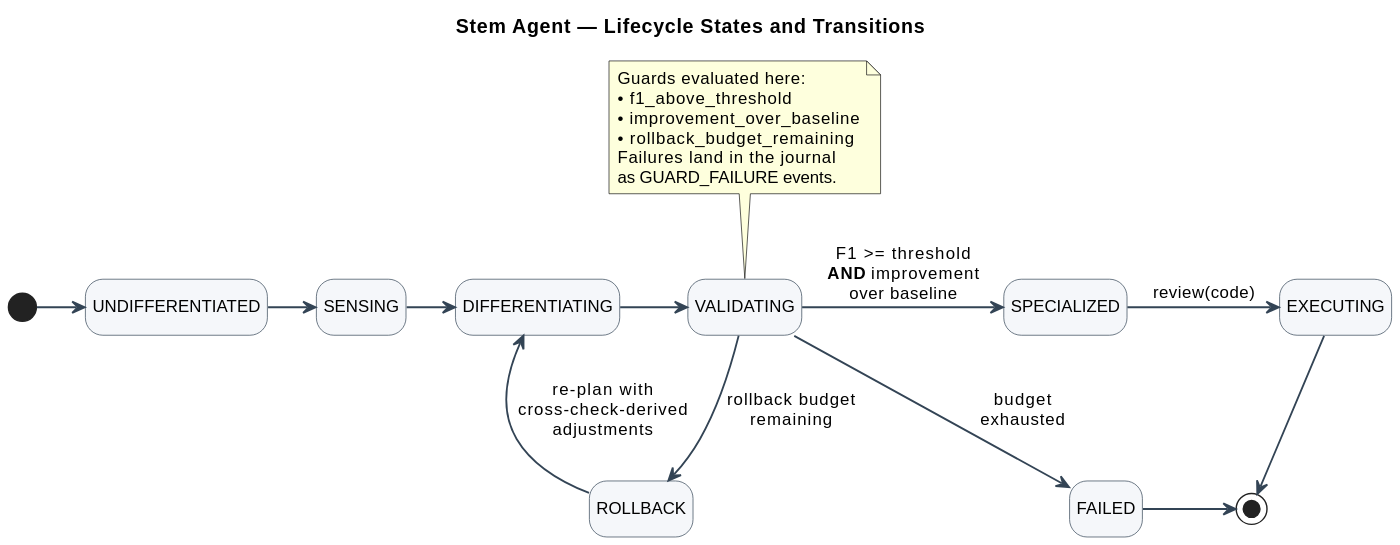
qflen/stem-agent keeps this PlantUML diagram as docs/diagrams/state_machine.svg. Above is the earlier version. Its diagram source:
```plantuml
@startuml
title Stem Agent — Lifecycle States and Transitions

skinparam state {
  BackgroundColor #F5F7FA
  BorderColor #345
  FontName Helvetica
  FontSize 12
}
skinparam shadowing false
skinparam arrowThickness 1.3
skinparam arrowColor #345
skinparam defaultFontSize 12

hide empty description

[*] -right-> UNDIFFERENTIATED
UNDIFFERENTIATED -right-> SENSING
SENSING -right-> DIFFERENTIATING
DIFFERENTIATING -right-> VALIDATING

VALIDATING -right-> SPECIALIZED : F1 >= threshold\n**AND** improvement\nover baseline
SPECIALIZED -right-> EXECUTING : review(code)
EXECUTING -down-> [*]

VALIDATING -down-> ROLLBACK : rollback budget\nremaining
ROLLBACK -up-> DIFFERENTIATING : re-plan with\ncross-check-derived\nadjustments

VALIDATING -down-> FAILED : budget\nexhausted
FAILED -right-> [*]

note top of VALIDATING
  Guards evaluated here:
  • f1_above_threshold
  • improvement_over_baseline
  • rollback_budget_remaining
  Failures land in the journal
  as GUARD_FAILURE events.
end note
@enduml
```
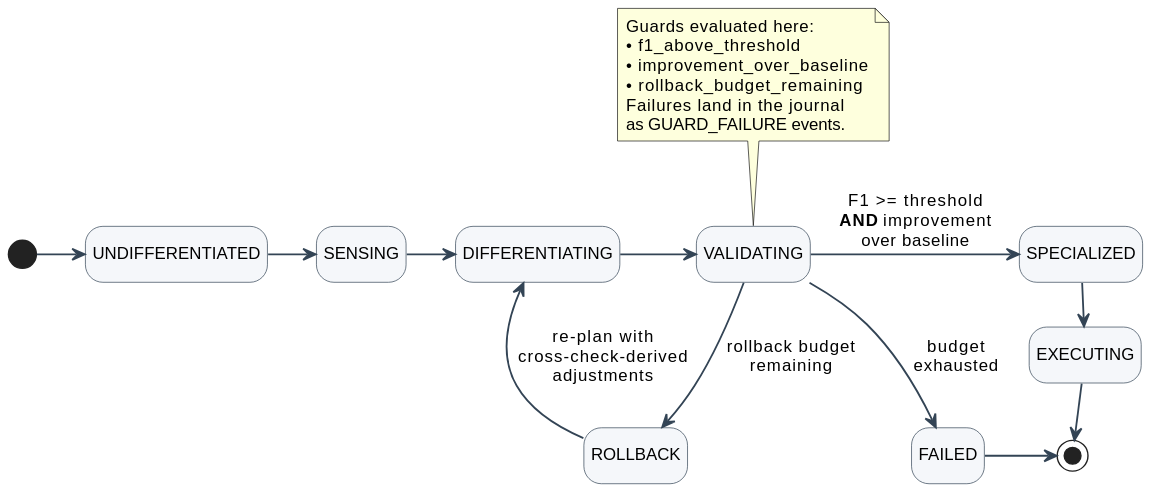
The same file after the commit.

Diff of the diagram source:
```diff
@@ -1,6 +1,4 @@
 @startuml
-title Stem Agent — Lifecycle States and Transitions
-
 skinparam state {
   BackgroundColor #F5F7FA
   BorderColor #345
@@ -21,7 +19,7 @@
 
 VALIDATING -right-> SPECIALIZED : F1 >= threshold\n**AND** improvement\nover baseline
 SPECIALIZED -right-> EXECUTING : review(code)
-EXECUTING -down-> [*]
+EXECUTING -right-> [*]
 
 VALIDATING -down-> ROLLBACK : rollback budget\nremaining
 ROLLBACK -up-> DIFFERENTIATING : re-plan with\ncross-check-derived\nadjustments
```
